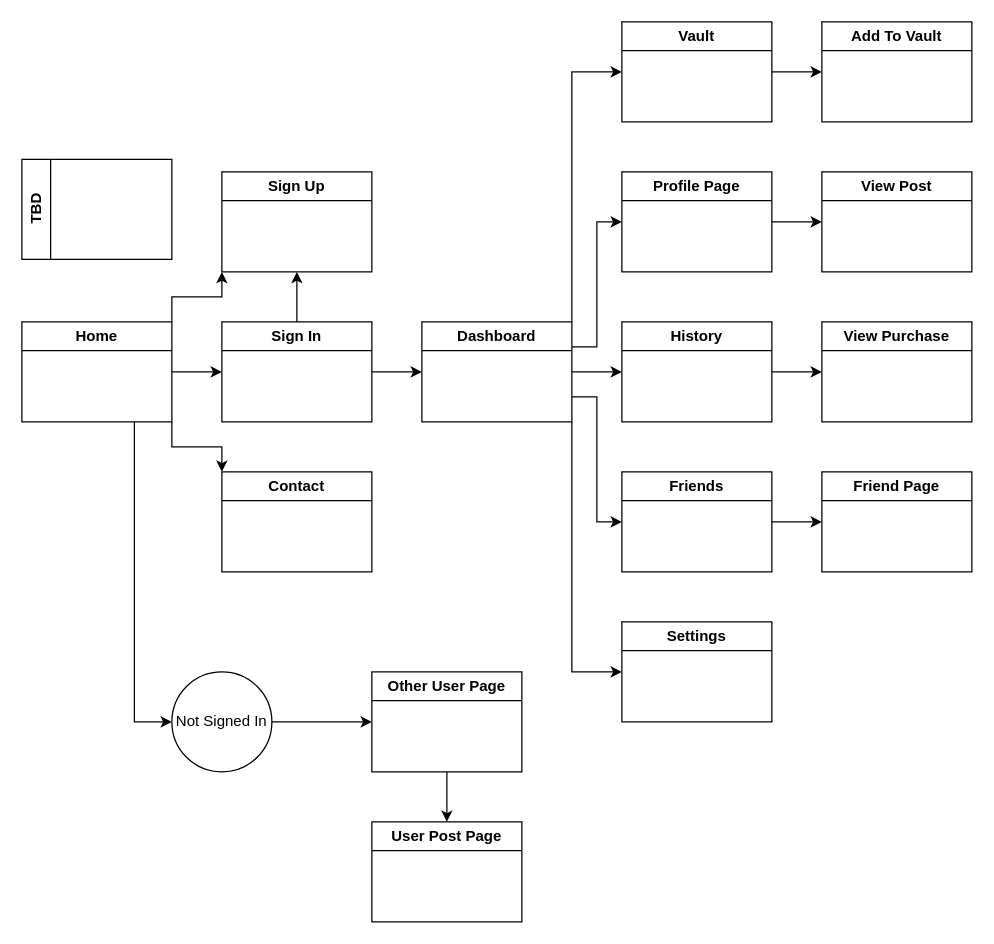
This is fl-medical.drawio from Cremacious/fl-medical, a draw.io file, before an edit. Source tidied: cells renumbered, new cells numbered last; positions are measured from the earlier drawing's top-left corner, leaving out a move shared by most shapes. Both pictures are drawn from the tidied source at 125%, with x=0, y=0 at pixel (21, 21).
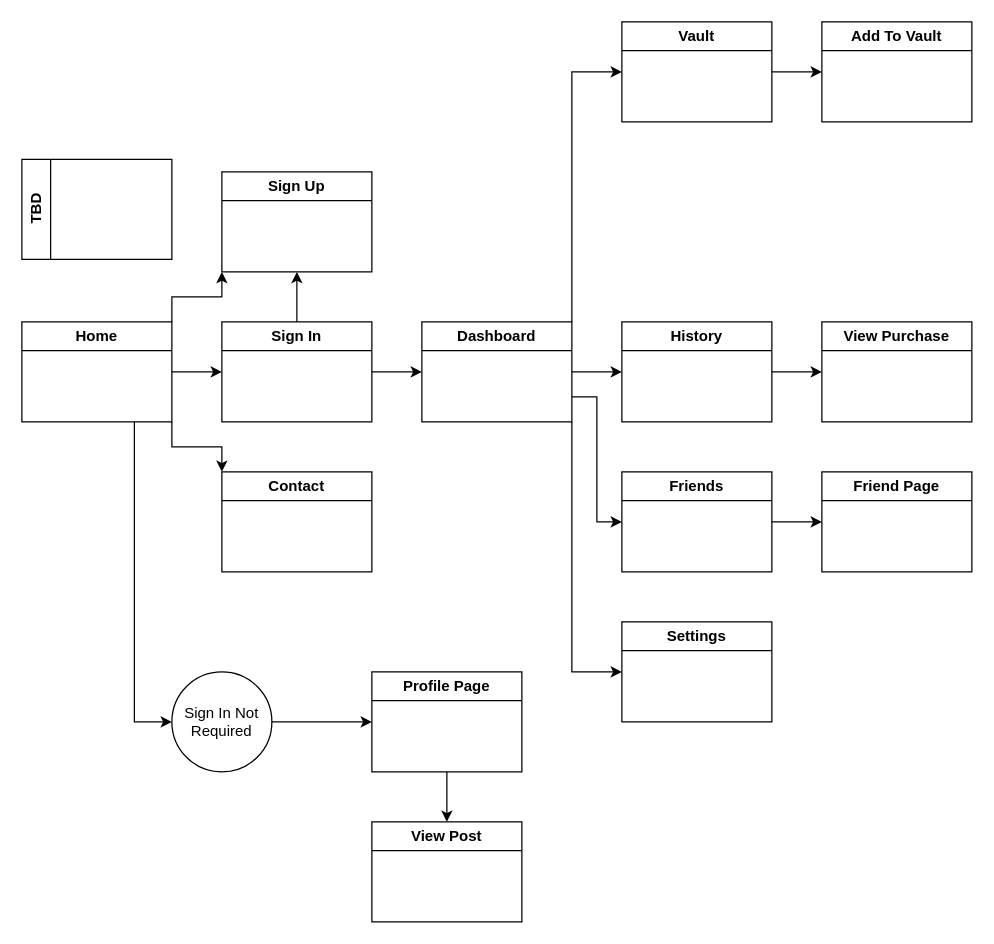
The same page after the edit.

Unchanged cells that the change refers to:
```xml
<mxCell id="16" value="Dashboard" style="swimlane;whiteSpace=wrap;html=1;" parent="1" vertex="1">
  <mxGeometry x="320" y="240" width="120" height="80" as="geometry" />
</mxCell>
```

What changed in the source:
```diff
@@
-    <mxCell id="15" style="edgeStyle=orthogonalEdgeStyle;rounded=0;jettySize=auto;html=1;exitX=1;exitY=0.25;exitDx=0;exitDy=0;entryX=0;entryY=0.5;entryDx=0;entryDy=0;" parent="1" edge="1" source="16" target="30">
-      <mxGeometry relative="1" as="geometry" />
-    </mxCell>
@@
-    <mxCell id="23" style="edgeStyle=orthogonalEdgeStyle;rounded=0;jettySize=auto;html=1;exitX=1;exitY=0.5;exitDx=0;exitDy=0;entryX=0;entryY=0.5;entryDx=0;entryDy=0;" parent="1" edge="1" source="24" target="32">
-      <mxGeometry relative="1" as="geometry" />
+    <mxCell id="23" style="edgeStyle=orthogonalEdgeStyle;rounded=0;jettySize=auto;html=1;exitX=1;exitY=0.5;exitDx=0;exitDy=0;entryX=0;entryY=0.5;entryDx=0;entryDy=0;" parent="1" edge="1" source="24">
+      <mxGeometry relative="1" as="geometry">
+        <mxPoint x="280" y="560" as="targetPoint" />
+      </mxGeometry>
     </mxCell>
-    <mxCell id="24" value="Not Signed In" style="ellipse;whiteSpace=wrap;html=1;" parent="1" vertex="1">
+    <mxCell id="24" value="Sign In Not Required" style="ellipse;whiteSpace=wrap;html=1;" parent="1" vertex="1">
       <mxGeometry x="120" y="520" width="80" height="80" as="geometry" />
     </mxCell>
@@
-    <mxCell id="29" style="edgeStyle=orthogonalEdgeStyle;rounded=0;jettySize=auto;html=1;exitX=1;exitY=0.5;exitDx=0;exitDy=0;entryX=0;entryY=0.5;entryDx=0;entryDy=0;" parent="1" edge="1" source="30" target="33">
+    <mxCell id="29" style="edgeStyle=orthogonalEdgeStyle;rounded=0;jettySize=auto;html=1;exitX=0.5;exitY=1;exitDx=0;exitDy=0;entryX=0.5;entryY=0;entryDx=0;entryDy=0;" parent="1" edge="1" source="30" target="33">
       <mxGeometry relative="1" as="geometry" />
     </mxCell>
     <mxCell id="30" value="Profile Page" style="swimlane;whiteSpace=wrap;html=1;" parent="1" vertex="1">
-      <mxGeometry x="480" y="120" width="120" height="80" as="geometry" />
+      <mxGeometry x="280" y="520" width="120" height="80" as="geometry" />
     </mxCell>
-    <mxCell id="31" style="edgeStyle=orthogonalEdgeStyle;rounded=0;jettySize=auto;html=1;exitX=0.5;exitY=1;exitDx=0;exitDy=0;entryX=0.5;entryY=0;entryDx=0;entryDy=0;" parent="1" edge="1" source="32" target="36">
-      <mxGeometry relative="1" as="geometry" />
-    </mxCell>
-    <mxCell id="32" value="Other User Page" style="swimlane;whiteSpace=wrap;html=1;" parent="1" vertex="1">
-      <mxGeometry x="280" y="520" width="120" height="80" as="geometry" />
-    </mxCell>
     <mxCell id="33" value="View Post" style="swimlane;whiteSpace=wrap;html=1;" parent="1" vertex="1">
-      <mxGeometry x="640" y="120" width="120" height="80" as="geometry" />
+      <mxGeometry x="280" y="640" width="120" height="80" as="geometry" />
     </mxCell>
@@
-    <mxCell id="36" value="User Post Page" style="swimlane;whiteSpace=wrap;html=1;" parent="1" vertex="1">
-      <mxGeometry x="280" y="640" width="120" height="80" as="geometry" />
-    </mxCell>
```
